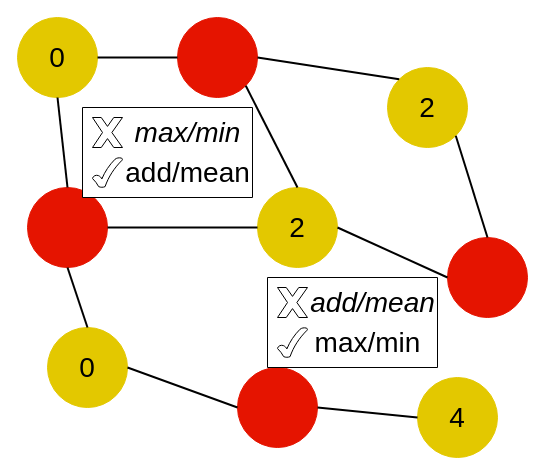
The draw.io diagram aggreg.drawio in joneswong/draw, before the edit. Source tidied: cells renumbered, new cells numbered last; positions are measured from the earlier drawing's top-left corner, leaving out a move shared by most shapes. Both pictures are drawn from the tidied source at 100%, with x=0, y=0 at pixel (17, 17).
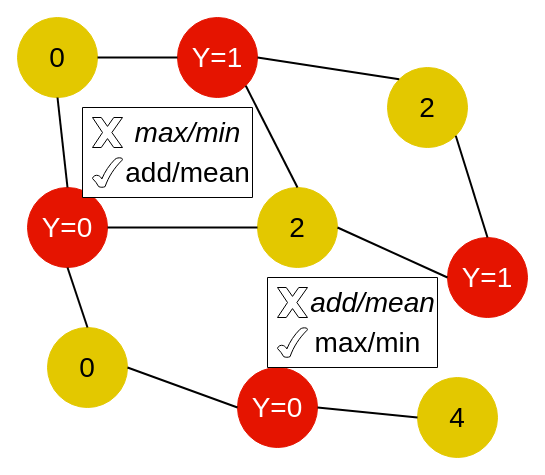
After the change.

Commit message:
explicitly show labels for target nodes

What changed in the source:
```diff
@@
-    <mxCell id="2" style="ellipse;whiteSpace=wrap;html=1;fillColor=#e51400;fontColor=#ffffff;strokeColor=#E51400;" parent="1" vertex="1">
+    <mxCell id="2" value="&lt;font style=&quot;font-size: 28px&quot;&gt;Y=1&lt;/font&gt;" style="ellipse;whiteSpace=wrap;html=1;fillColor=#e51400;fontColor=#ffffff;strokeColor=#E51400;" parent="1" vertex="1">
       <mxGeometry x="160" width="80" height="80" as="geometry" />
     </mxCell>
-    <mxCell id="3" style="ellipse;whiteSpace=wrap;html=1;fillColor=#e51400;fontColor=#ffffff;strokeColor=#E51400;" parent="1" vertex="1">
+    <mxCell id="3" value="&lt;font style=&quot;font-size: 28px&quot;&gt;Y=1&lt;/font&gt;" style="ellipse;whiteSpace=wrap;html=1;fillColor=#e51400;fontColor=#ffffff;strokeColor=#E51400;" parent="1" vertex="1">
       <mxGeometry x="430" y="220" width="80" height="80" as="geometry" />
     </mxCell>
@@
-    <mxCell id="8" style="ellipse;whiteSpace=wrap;html=1;fillColor=#e51400;fontColor=#ffffff;strokeColor=#E51400;" parent="1" vertex="1">
+    <mxCell id="8" value="&lt;font style=&quot;font-size: 28px&quot;&gt;Y=0&lt;/font&gt;" style="ellipse;whiteSpace=wrap;html=1;fillColor=#e51400;fontColor=#ffffff;strokeColor=#E51400;" parent="1" vertex="1">
       <mxGeometry x="220" y="350" width="80" height="80" as="geometry" />
     </mxCell>
-    <mxCell id="9" style="ellipse;whiteSpace=wrap;html=1;fillColor=#e51400;fontColor=#ffffff;strokeColor=#E51400;" parent="1" vertex="1">
+    <mxCell id="9" value="&lt;font style=&quot;font-size: 28px&quot;&gt;Y=0&lt;/font&gt;" style="ellipse;whiteSpace=wrap;html=1;fillColor=#e51400;fontColor=#ffffff;strokeColor=#E51400;" parent="1" vertex="1">
       <mxGeometry x="10" y="170" width="80" height="80" as="geometry" />
     </mxCell>
```
